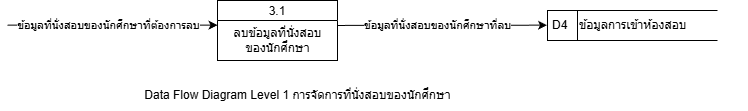
PatcharaphonKoosomsarp/FACE-EXAM keeps this draw.io diagram as drawio/system_diagram/png/DFDL1_3.png. Above is the earlier version. Source tidied: cells renumbered, new cells last; positions are measured from the earlier drawing's top-left corner, leaving out a move shared by most shapes. The source it was exported from:
```xml
<mxGraphModel>
  <root>
    <mxCell id="0" />
    <mxCell id="1" parent="0" />
    <mxCell id="2" value="3.1" style="swimlane;fontStyle=0;horizontal=1;startSize=20;fillColor=#ffffff;swimlaneFillColor=#ffffff;" parent="1" vertex="1">
      <mxGeometry x="210" width="120" height="60" as="geometry" />
    </mxCell>
    <mxCell id="3" value="ลบข้อมูลที่นั่งสอบ&lt;br&gt;ของนักศึกษา" style="text;html=1;align=center;verticalAlign=middle;strokeColor=none;fillColor=none;" parent="2" vertex="1">
      <mxGeometry y="20" width="120" height="40" as="geometry" />
    </mxCell>
    <mxCell id="4" style="endArrow=classic;html=1;" parent="1" edge="1">
      <mxGeometry relative="1" as="geometry">
        <mxPoint y="24.7" as="sourcePoint" />
        <mxPoint x="210" y="24.7" as="targetPoint" />
      </mxGeometry>
    </mxCell>
    <mxCell id="5" value="ข้อมูลที่นั่งสอบของนักศึกษาที่ต้องการลบ" style="edgeLabel;html=1;align=center;verticalAlign=middle;" parent="4" vertex="1">
      <mxGeometry x="-0.41" y="1" relative="1" as="geometry">
        <mxPoint x="38" y="1" as="offset" />
      </mxGeometry>
    </mxCell>
    <mxCell id="6" style="group;" parent="1" vertex="1">
      <mxGeometry x="540" y="10" width="200" height="30" as="geometry" />
    </mxCell>
    <mxCell id="7" value="D4" style="html=1;dashed=0;whiteSpace=wrap;shape=mxgraph.dfd.dataStoreID;align=left;spacingLeft=3;" parent="6" vertex="1">
      <mxGeometry width="170" height="30" as="geometry" />
    </mxCell>
    <mxCell id="8" style="group;" parent="6" vertex="1">
      <mxGeometry x="30" width="170" height="30" as="geometry" />
    </mxCell>
    <mxCell id="9" value="ข้อมูลการเข้าห้องสอบ" style="text;html=1;align=left;verticalAlign=middle;strokeColor=none;fillColor=none;" parent="8" vertex="1">
      <mxGeometry width="130" height="30" as="geometry" />
    </mxCell>
    <mxCell id="10" style="endArrow=classic;html=1;" parent="1" edge="1">
      <mxGeometry relative="1" as="geometry">
        <mxPoint x="329.5" y="24.9" as="sourcePoint" />
        <mxPoint x="539.5" y="24.7" as="targetPoint" />
      </mxGeometry>
    </mxCell>
    <mxCell id="11" value="ข้อมูลที่นั่งสอบของนักศึกษาที่ลบ" style="edgeLabel;html=1;align=center;verticalAlign=middle;" parent="10" vertex="1">
      <mxGeometry x="-0.41" y="1" relative="1" as="geometry">
        <mxPoint x="38" y="1" as="offset" />
      </mxGeometry>
    </mxCell>
    <mxCell id="12" value="Data Flow Diagram Level 1 การจัดการที่นั่งสอบของนักศึกษา" style="text;html=1;align=center;verticalAlign=middle;strokeColor=none;fillColor=none;" parent="1" vertex="1">
      <mxGeometry x="125" y="80" width="330" height="30" as="geometry" />
    </mxCell>
  </root>
</mxGraphModel>
```
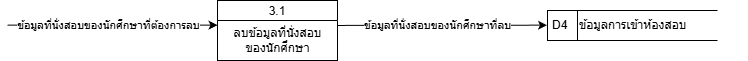
The same file after the commit.

Change to the diagram source:
```diff
@@ -42,8 +42,5 @@
         <mxPoint x="38" y="1" as="offset" />
       </mxGeometry>
     </mxCell>
-    <mxCell id="12" value="Data Flow Diagram Level 1 การจัดการที่นั่งสอบของนักศึกษา" style="text;html=1;align=center;verticalAlign=middle;strokeColor=none;fillColor=none;" parent="1" vertex="1">
-      <mxGeometry x="125" y="80" width="330" height="30" as="geometry" />
-    </mxCell>
   </root>
 </mxGraphModel>
```
